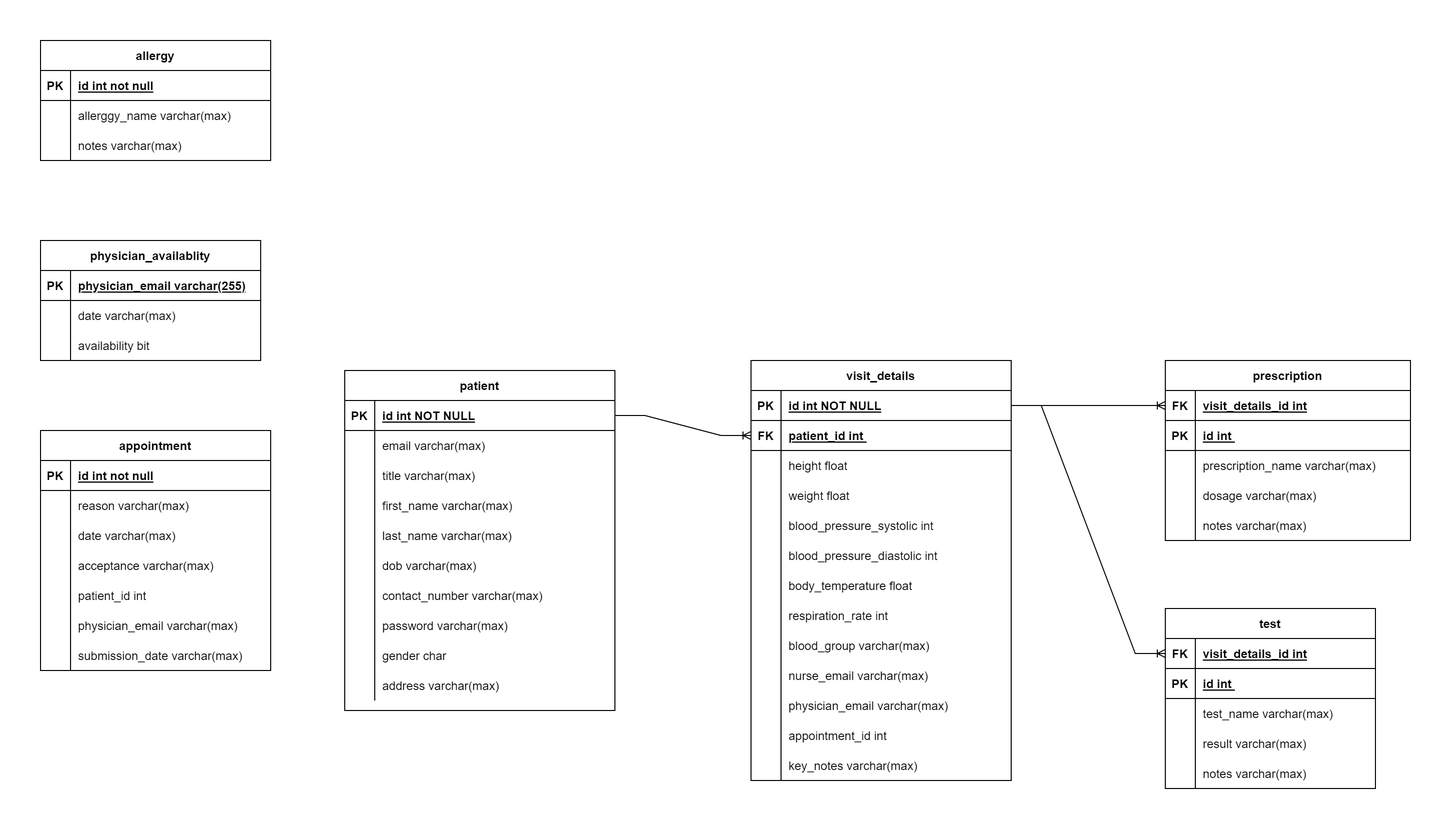
Before: ER_Diagram/ER_Diagram_Hospital_Management.png, a diagram exported from draw.io (221219-dotnet-fs-chennai/poseidon-programs). Source tidied: cells renumbered, new cells last; positions are measured from the earlier drawing's top-left corner, leaving out a move shared by most shapes.
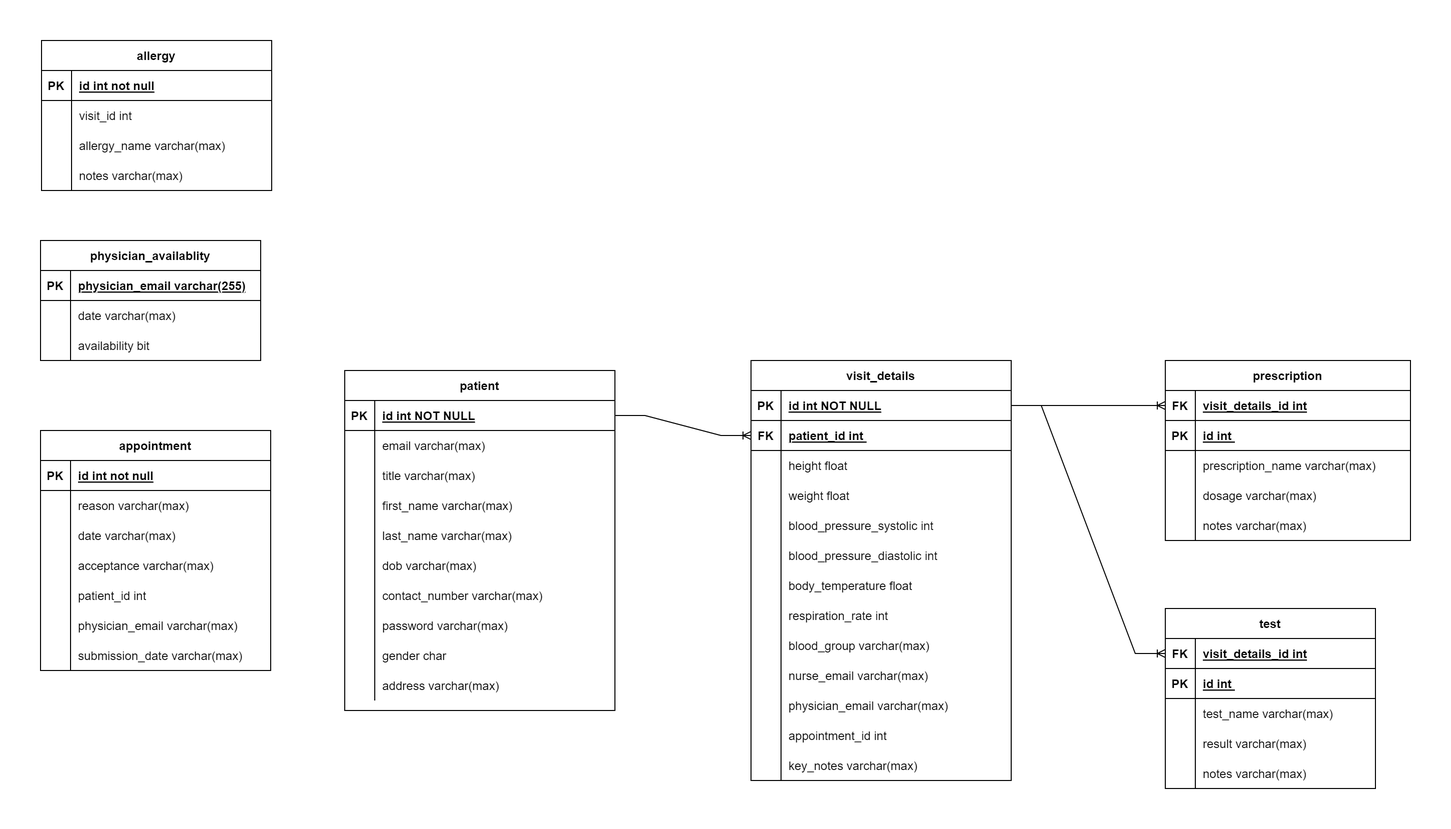
The same diagram one commit later.

Change to the diagram source:
```diff
@@ -417,7 +417,7 @@
       <mxGeometry x="30" width="200" height="30" as="geometry" />
     </mxCell>
     <mxCell id="140" value="allergy" style="shape=table;startSize=30;rowLines=0;fontStyle=1;align=center;" parent="1" vertex="1">
-      <mxGeometry width="230" height="120" as="geometry" />
+      <mxGeometry x="1" width="230" height="150" as="geometry" />
     </mxCell>
     <mxCell id="141" style="shape=tableRow;horizontal=0;startSize=0;swimlaneHead=0;swimlaneBody=0;fillColor=none;top=0;left=0;right=0;bottom=1;" parent="140" vertex="1">
       <mxGeometry y="30" width="230" height="30" as="geometry" />
@@ -434,11 +434,20 @@
     <mxCell id="145" style="shape=partialRectangle;fillColor=none;top=0;left=0;bottom=0;right=0;overflow=hidden;" parent="144" vertex="1">
       <mxGeometry width="30" height="30" as="geometry" />
     </mxCell>
-    <mxCell id="146" value="allerggy_name varchar(max)" style="shape=partialRectangle;fillColor=none;top=0;left=0;bottom=0;right=0;align=left;spacingLeft=6;overflow=hidden;" parent="144" vertex="1">
+    <mxCell id="146" value="visit_id int" style="shape=partialRectangle;fillColor=none;top=0;left=0;bottom=0;right=0;align=left;spacingLeft=6;overflow=hidden;" parent="144" vertex="1">
       <mxGeometry x="30" width="200" height="30" as="geometry" />
     </mxCell>
+    <mxCell id="150" style="shape=tableRow;horizontal=0;startSize=0;swimlaneHead=0;swimlaneBody=0;fillColor=none;top=0;left=0;right=0;bottom=0;" parent="140" vertex="1">
+      <mxGeometry y="90" width="230" height="30" as="geometry" />
+    </mxCell>
+    <mxCell id="151" style="shape=partialRectangle;fillColor=none;top=0;left=0;bottom=0;right=0;overflow=hidden;" parent="150" vertex="1">
+      <mxGeometry width="30" height="30" as="geometry" />
+    </mxCell>
+    <mxCell id="152" value="allergy_name varchar(max)" style="shape=partialRectangle;fillColor=none;top=0;left=0;bottom=0;right=0;align=left;spacingLeft=6;overflow=hidden;" parent="150" vertex="1">
+      <mxGeometry x="30" width="200" height="30" as="geometry" />
+    </mxCell>
     <mxCell id="147" style="shape=tableRow;horizontal=0;startSize=0;swimlaneHead=0;swimlaneBody=0;fillColor=none;top=0;left=0;right=0;bottom=0;" parent="140" vertex="1">
-      <mxGeometry y="90" width="230" height="30" as="geometry" />
+      <mxGeometry y="120" width="230" height="30" as="geometry" />
     </mxCell>
     <mxCell id="148" style="shape=partialRectangle;fillColor=none;top=0;left=0;bottom=0;right=0;overflow=hidden;" parent="147" vertex="1">
       <mxGeometry width="30" height="30" as="geometry" />
```
